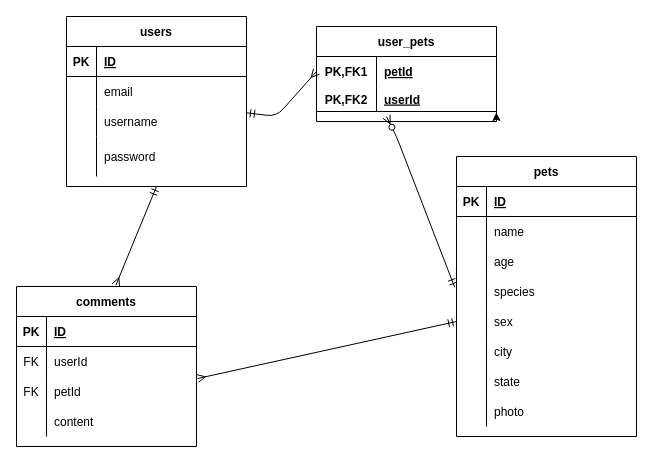
gracenarez333/walkie-doggie-proj-2 keeps this draw.io diagram as planErd.drawio. Above is the earlier version. Source tidied: cells renumbered, new cells numbered last; positions are measured from the earlier drawing's top-left corner, leaving out a move shared by most shapes. Both pictures are drawn from the tidied source at 100%, with x=0, y=0 at pixel (16, 16).
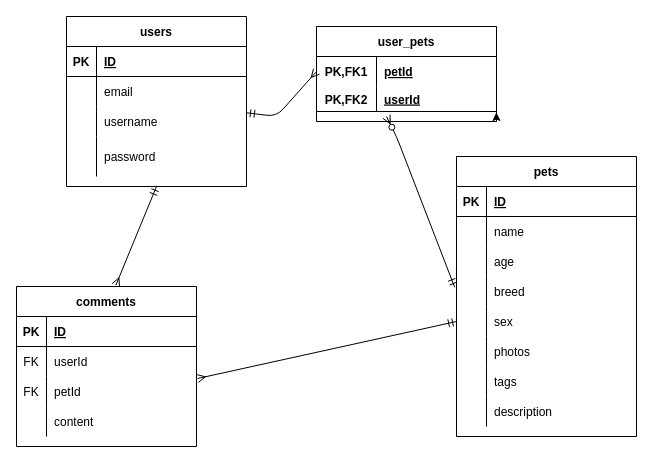
The same diagram, later.

The change refers to these unchanged cells:
```xml
<mxCell id="27" style="shape=partialRectangle;fillColor=none;top=0;left=0;bottom=0;right=0;points=[[0,0.5],[1,0.5]];portConstraint=eastwest;" parent="17" vertex="1">
  <mxGeometry y="120" width="180" height="30" as="geometry" />
</mxCell>
<mxCell id="33" style="shape=partialRectangle;fillColor=none;top=0;left=0;bottom=0;right=0;" parent="17" vertex="1">
  <mxGeometry y="180" width="180" height="30" as="geometry" />
</mxCell>
<mxCell id="36" style="shape=partialRectangle;fillColor=none;top=0;left=0;bottom=0;right=0;" parent="17" vertex="1">
  <mxGeometry y="210" width="180" height="30" as="geometry" />
</mxCell>
<mxCell id="39" style="shape=partialRectangle;fillColor=none;top=0;left=0;bottom=0;right=0;" parent="17" vertex="1">
  <mxGeometry y="240" width="180" height="30" as="geometry" />
</mxCell>
```

Diff of the diagram source:
```diff
@@
-    <mxCell id="29" value="species" style="shape=partialRectangle;fillColor=none;top=0;left=0;bottom=0;right=0;align=left;spacingLeft=6;overflow=hidden;" parent="27" vertex="1">
+    <mxCell id="29" value="breed" style="shape=partialRectangle;fillColor=none;top=0;left=0;bottom=0;right=0;align=left;spacingLeft=6;overflow=hidden;" parent="27" vertex="1">
       <mxGeometry x="30" width="150" height="30" as="geometry" />
     </mxCell>
@@
-    <mxCell id="35" value="city" style="shape=partialRectangle;fillColor=none;top=0;left=0;bottom=0;right=0;align=left;spacingLeft=6;overflow=hidden;" parent="33" vertex="1">
+    <mxCell id="35" value="photos" style="shape=partialRectangle;fillColor=none;top=0;left=0;bottom=0;right=0;align=left;spacingLeft=6;overflow=hidden;" parent="33" vertex="1">
       <mxGeometry x="30" width="150" height="30" as="geometry" />
     </mxCell>
@@
-    <mxCell id="38" value="state" style="shape=partialRectangle;fillColor=none;top=0;left=0;bottom=0;right=0;align=left;spacingLeft=6;overflow=hidden;" parent="36" vertex="1">
+    <mxCell id="38" value="tags" style="shape=partialRectangle;fillColor=none;top=0;left=0;bottom=0;right=0;align=left;spacingLeft=6;overflow=hidden;" parent="36" vertex="1">
       <mxGeometry x="30" width="150" height="30" as="geometry" />
     </mxCell>
@@
-    <mxCell id="41" value="photo" style="shape=partialRectangle;fillColor=none;top=0;left=0;bottom=0;right=0;align=left;spacingLeft=6;overflow=hidden;" parent="39" vertex="1">
+    <mxCell id="41" value="description" style="shape=partialRectangle;fillColor=none;top=0;left=0;bottom=0;right=0;align=left;spacingLeft=6;overflow=hidden;" parent="39" vertex="1">
       <mxGeometry x="30" width="150" height="30" as="geometry" />
     </mxCell>
```
